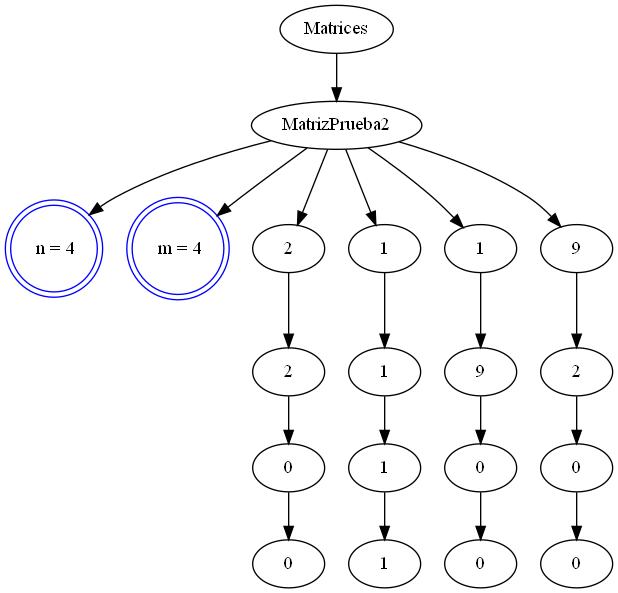
The Graphviz diagram grafico.png in KevinPozuelos/IPC2_Proyecto1_-201800992, before a commit. Its source is kept beside it as grafico.dot. The source it was exported from:
```dot
digraph G {
Inicio[label="Matrices"]
Matriz[label="MatrizPrueba2"]
filas[label=" n = 4", shape = doublecircle, color = blue]
columnas[label=" m = 4", shape = doublecircle, color = blue]
Inicio -> Matriz
Matriz -> filas
Matriz -> columnas
fila11[label="2"]
Matriz -> fila11
fila12[label="1"]
Matriz -> fila12
fila13[label="1"]
Matriz -> fila13
fila14[label="9"]
Matriz -> fila14
fila21[label="2"]
fila11 -> fila21
fila22[label="1"]
fila12 -> fila22
fila23[label="9"]
fila13 -> fila23
fila24[label="2"]
fila14 -> fila24
fila31[label="0"]
fila21 -> fila31
fila32[label="1"]
fila22 -> fila32
fila33[label="0"]
fila23 -> fila33
fila34[label="0"]
fila24 -> fila34
fila41[label="0"]
fila31 -> fila41
fila42[label="1"]
fila32 -> fila42
fila43[label="0"]
fila33 -> fila43
fila44[label="0"]
fila34 -> fila44
}
```
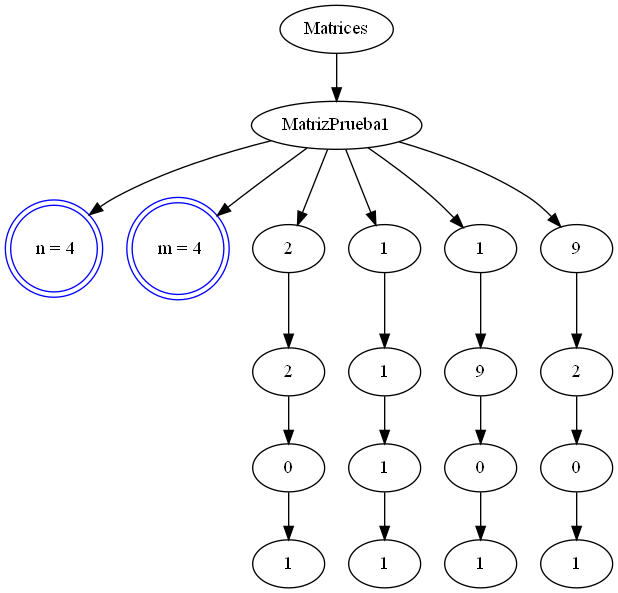
The same file after the commit.

What changed in the source:
```diff
@@ -1,6 +1,6 @@
 digraph G {
 Inicio[label="Matrices"]
-Matriz[label="MatrizPrueba2"]
+Matriz[label="MatrizPrueba1"]
 filas[label=" n = 4", shape = doublecircle, color = blue]
 columnas[label=" m = 4", shape = doublecircle, color = blue]
 Inicio -> Matriz
@@ -30,12 +30,12 @@
 fila23 -> fila33
 fila34[label="0"]
 fila24 -> fila34
-fila41[label="0"]
+fila41[label="1"]
 fila31 -> fila41
 fila42[label="1"]
 fila32 -> fila42
-fila43[label="0"]
+fila43[label="1"]
 fila33 -> fila43
-fila44[label="0"]
+fila44[label="1"]
 fila34 -> fila44
 }
```
